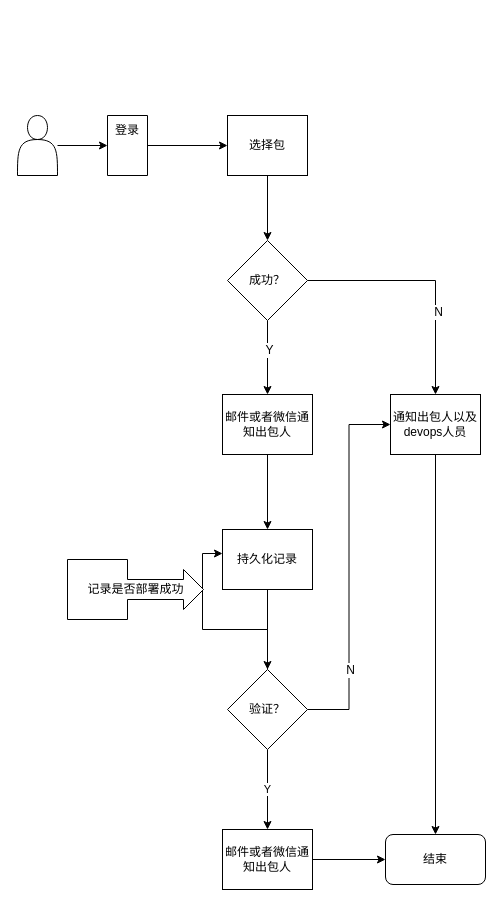
Before: Untitled Diagram.drawio in helios741/plan, a draw.io diagram. Source tidied: cells renumbered, new cells numbered last; positions are measured from the earlier drawing's top-left corner, leaving out a move shared by most shapes. Both pictures are drawn from the tidied source at 100%, with x=0, y=0 at pixel (17, 115).
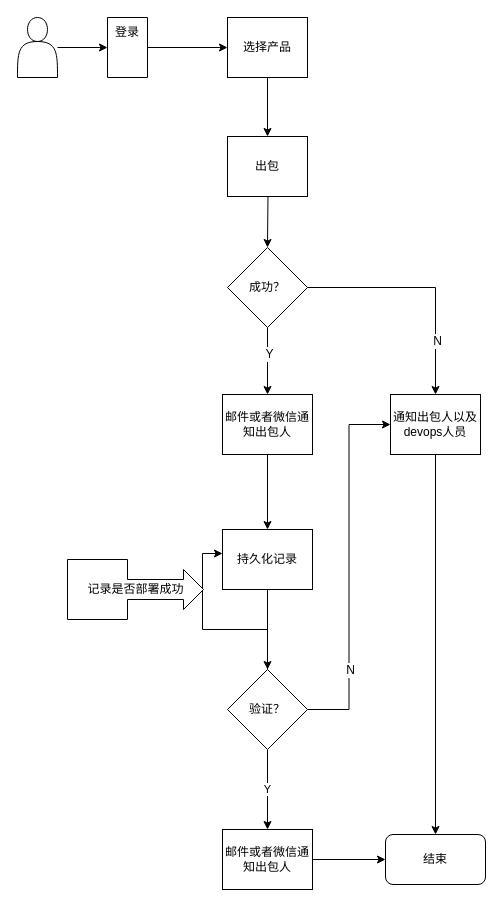
After the change.

The change refers to these unchanged cells:
```xml
<mxCell id="11" style="edgeStyle=orthogonalEdgeStyle;rounded=0;jettySize=auto;html=1;" parent="1" edge="1" source="13" target="17">
  <mxGeometry relative="1" as="geometry" />
</mxCell>
```

The edit, as a diff of the source:
```diff
@@
     <mxCell id="3" style="shape=actor;whiteSpace=wrap;html=1;" parent="1" vertex="1">
-      <mxGeometry width="40" height="60" as="geometry" />
+      <mxGeometry y="-98" width="40" height="60" as="geometry" />
     </mxCell>
@@
     <mxCell id="5" style="verticalLabelPosition=bottom;verticalAlign=top;html=1;shape=mxgraph.basic.rect;fillColor=#ffffff;fillColor2=none;strokeColor=#000000;strokeWidth=1;size=20;indent=5;" parent="1" vertex="1">
-      <mxGeometry x="90" width="40" height="60" as="geometry" />
+      <mxGeometry x="90" y="-98" width="40" height="60" as="geometry" />
     </mxCell>
     <mxCell id="6" value="登录" style="text;html=1;strokeColor=none;fillColor=none;align=center;verticalAlign=middle;whiteSpace=wrap;rounded=0;" parent="1" vertex="1">
-      <mxGeometry x="90" y="5" width="40" height="20" as="geometry" />
+      <mxGeometry x="90" y="-93" width="40" height="20" as="geometry" />
     </mxCell>
-    <mxCell id="7" style="edgeStyle=orthogonalEdgeStyle;rounded=0;jettySize=auto;html=1;" parent="1" edge="1" source="8">
-      <mxGeometry relative="1" as="geometry">
-        <mxPoint x="250" y="125" as="targetPoint" />
-      </mxGeometry>
-    </mxCell>
+    <mxCell id="29" style="edgeStyle=orthogonalEdgeStyle;rounded=0;jettySize=auto;html=1;" parent="1" edge="1" source="8" target="31">
+      <mxGeometry relative="1" as="geometry" />
+    </mxCell>
-    <mxCell id="8" value="选择包" style="rounded=0;whiteSpace=wrap;html=1;" parent="1" vertex="1">
-      <mxGeometry x="210" width="80" height="60" as="geometry" />
+    <mxCell id="8" value="选择产品" style="rounded=0;whiteSpace=wrap;html=1;" parent="1" vertex="1">
+      <mxGeometry x="210" y="-98" width="80" height="60" as="geometry" />
     </mxCell>
@@
     <mxCell id="12" value="N" style="text;html=1;align=center;verticalAlign=middle;labelBackgroundColor=#ffffff;" parent="11" vertex="1">
       <mxGeometry x="0.06" y="-31" relative="1" as="geometry">
-        <mxPoint x="33" y="31" as="offset" />
+        <mxPoint x="4" y="22" as="offset" />
       </mxGeometry>
     </mxCell>
     <mxCell id="13" value="成功？" style="rhombus;whiteSpace=wrap;html=1;" parent="1" vertex="1">
-      <mxGeometry x="210" y="125" width="80" height="80" as="geometry" />
+      <mxGeometry x="210" y="132" width="80" height="80" as="geometry" />
     </mxCell>
@@
+    <mxCell id="30" style="edgeStyle=orthogonalEdgeStyle;rounded=0;jettySize=auto;html=1;entryX=0.5;entryY=0;entryDx=0;entryDy=0;" parent="1" edge="1" target="13">
+      <mxGeometry relative="1" as="geometry">
+        <mxPoint x="250" y="23" as="sourcePoint" />
+      </mxGeometry>
+    </mxCell>
+    <mxCell id="31" value="出包" style="rounded=0;whiteSpace=wrap;html=1;" parent="1" vertex="1">
+      <mxGeometry x="210" y="21" width="80" height="60" as="geometry" />
+    </mxCell>
```
